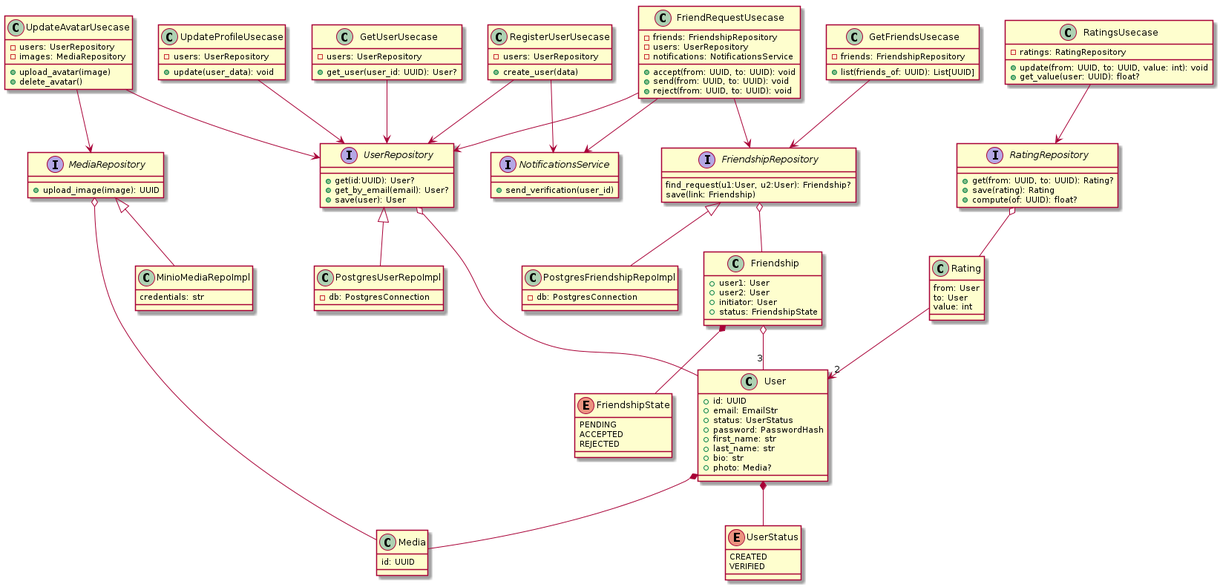
Before: classes.png, a diagram exported from PlantUML (kluchi/diagrams).
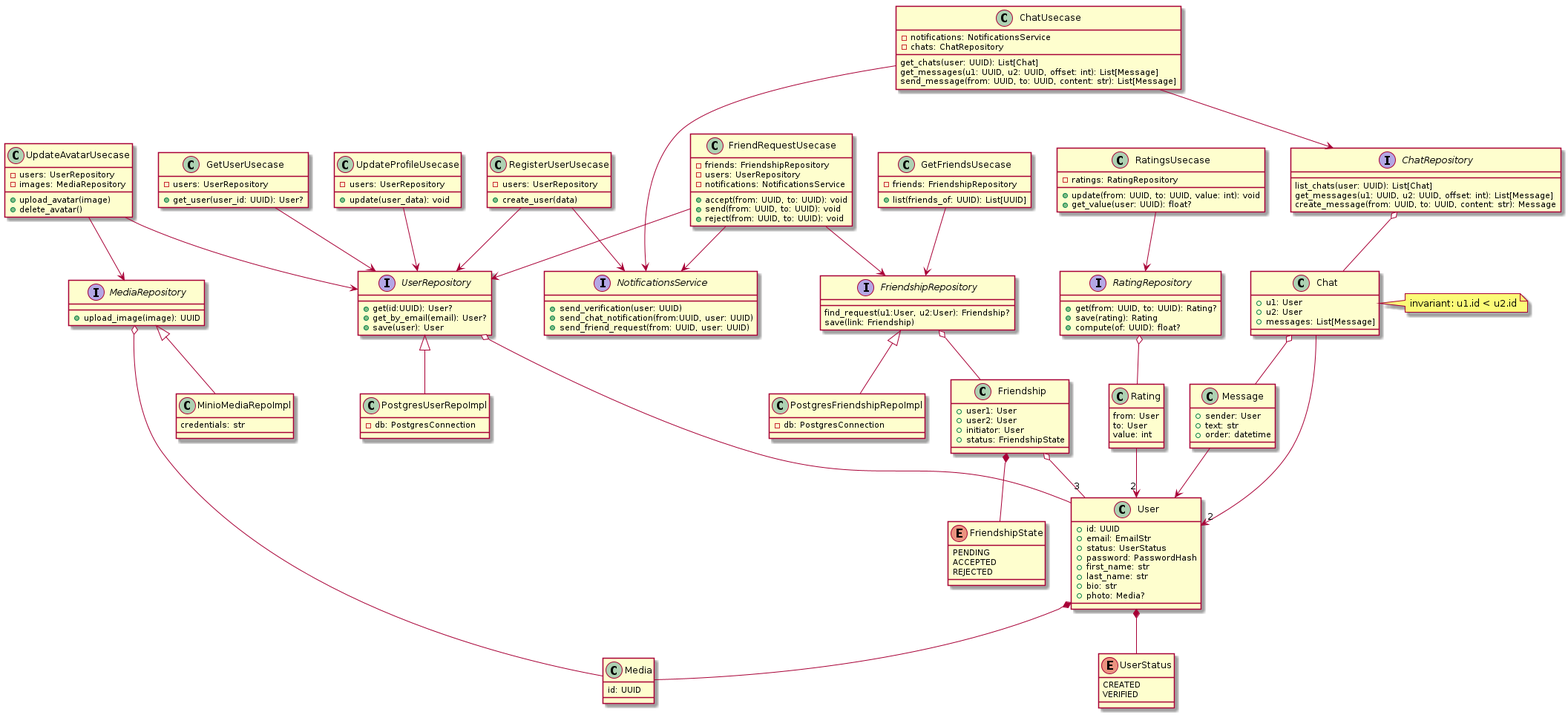
The same file after the commit.

Diff of the diagram source:
```diff
@@ -84,7 +84,9 @@
 RegisterUserUsecase --> NotificationsService
 
 interface NotificationsService {
-    + send_verification(user_id)
+    + send_verification(user: UUID)
+    + send_chat_notification(from:UUID, user: UUID)
+    + send_friend_request(from: UUID, user: UUID)
 }
 
 class Friendship {
@@ -167,4 +169,43 @@
 
 RatingsUsecase --> RatingRepository
 
+class Message {
+    + sender: User
+    + text: str
+    + order: datetime
+}
+
+class Chat {
+    + u1: User
+    + u2: User
+    + messages: List[Message]
+}
+
+note right of Chat: invariant: u1.id < u2.id
+
+Chat --> "2" User
+
+Chat o-- Message
+Message --> User
+
+interface ChatRepository {
+    list_chats(user: UUID): List[Chat]
+    get_messages(u1: UUID, u2: UUID, offset: int): List[Message]
+    create_message(from: UUID, to: UUID, content: str): Message
+}
+
+ChatRepository o-- Chat
+
+class ChatUsecase {
+    - notifications: NotificationsService
+    - chats: ChatRepository
+
+    get_chats(user: UUID): List[Chat]
+    get_messages(u1: UUID, u2: UUID, offset: int): List[Message]
+    send_message(from: UUID, to: UUID, content: str): List[Message]
+}
+
+ChatUsecase --> ChatRepository
+ChatUsecase --> NotificationsService
+
 @enduml
```
